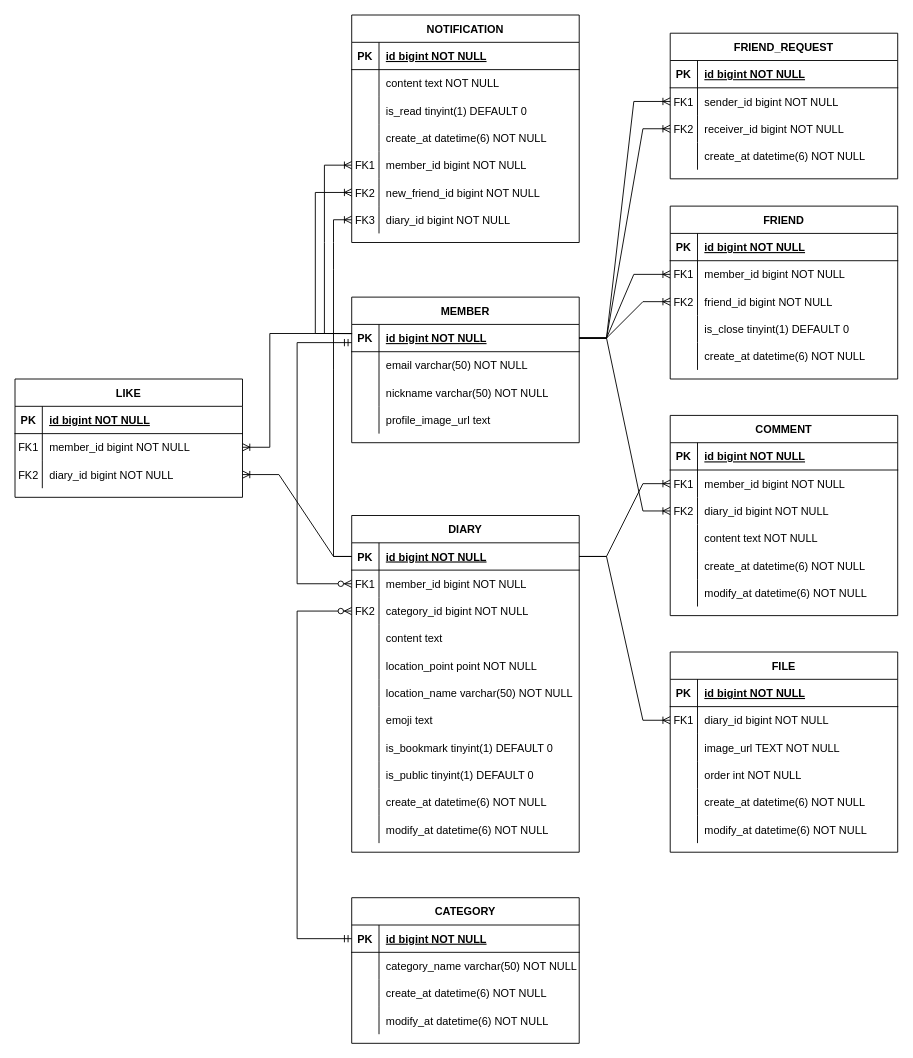
peeerr/document keeps this draw.io diagram as erd.drawio. Above is the earlier version. Source tidied: cells renumbered, new cells numbered last; positions are measured from the earlier drawing's top-left corner, leaving out a move shared by most shapes. Both pictures are drawn from the tidied source at 91%, with x=0, y=0 at pixel (-22, -22).
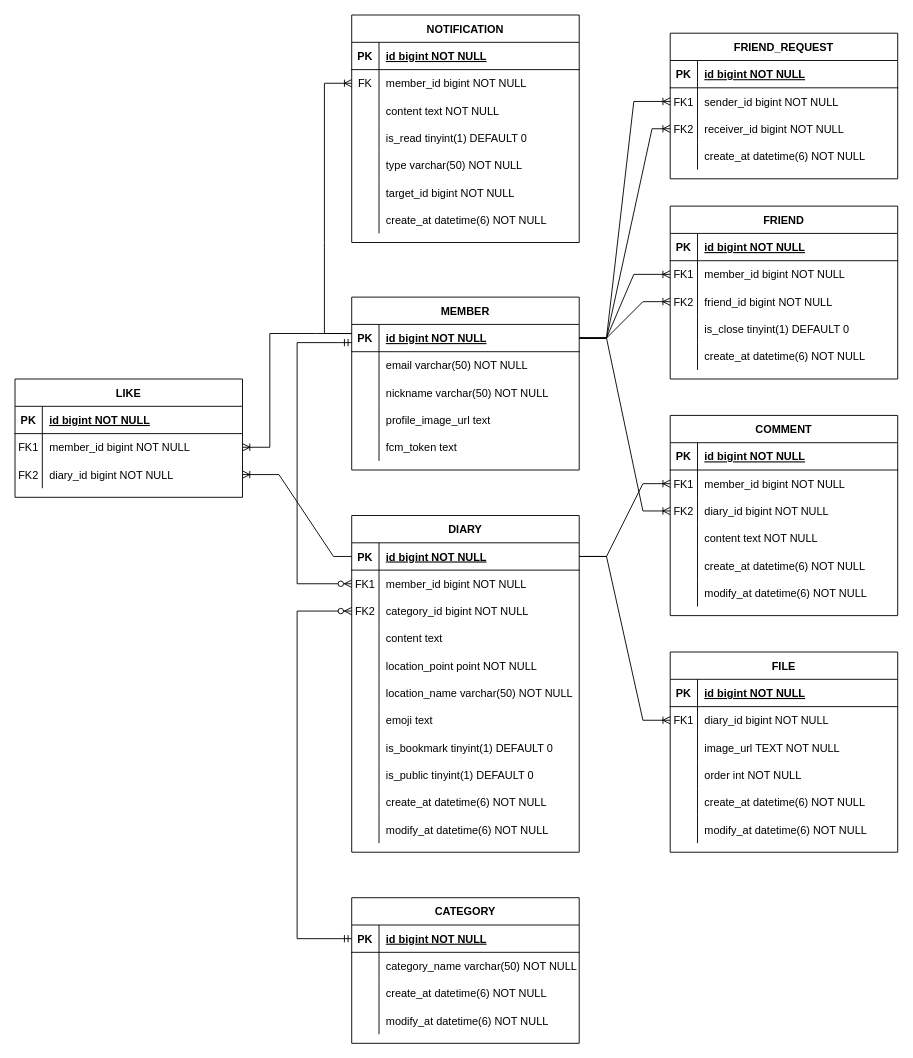
Above is the later version.

Unchanged cells that the change refers to:
```xml
<mxCell id="3" style="shape=partialRectangle;fillColor=none;points=[[0,0.5],[1,0.5]];portConstraint=eastwest;top=0;left=0;right=0;bottom=1;" parent="2" vertex="1">
  <mxGeometry y="30" width="250" height="30" as="geometry" />
</mxCell>
<mxCell id="53" style="shape=partialRectangle;fillColor=none;points=[[0,0.5],[1,0.5]];portConstraint=eastwest;top=0;left=0;right=0;bottom=1;" parent="52" vertex="1">
  <mxGeometry y="30" width="250" height="30" as="geometry" />
</mxCell>
<mxCell id="65" value="NOTIFICATION" style="shape=table;startSize=30;childLayout=tableLayout;rowLines=0;fontStyle=1;align=center;" parent="1" vertex="1">
  <mxGeometry x="410" y="40" width="250" height="250" as="geometry" />
</mxCell>
<mxCell id="69" style="shape=partialRectangle;fillColor=none;points=[[0,0.5],[1,0.5]];portConstraint=eastwest;top=0;left=0;right=0;bottom=0;" parent="65" vertex="1">
  <mxGeometry y="60" width="250" height="30" as="geometry" />
</mxCell>
<mxCell id="171" style="shape=partialRectangle;fillColor=none;points=[[0,0.5],[1,0.5]];portConstraint=eastwest;top=0;left=0;right=0;bottom=0;" parent="164" vertex="1">
  <mxGeometry y="90" width="250" height="30" as="geometry" />
</mxCell>
```

Diff of the diagram source:
```diff
@@
     <mxCell id="52" value="MEMBER" style="shape=table;startSize=30;childLayout=tableLayout;rowLines=0;fontStyle=1;align=center;" parent="1" vertex="1">
-      <mxGeometry x="410" y="350" width="250" height="160" as="geometry" />
+      <mxGeometry x="410" y="350" width="250" height="190" as="geometry" />
     </mxCell>
@@
+    <mxCell id="78" style="shape=partialRectangle;fillColor=none;points=[[0,0.5],[1,0.5]];portConstraint=eastwest;top=0;left=0;right=0;bottom=0;" parent="52" vertex="1">
+      <mxGeometry y="150" width="250" height="30" as="geometry" />
+    </mxCell>
+    <mxCell id="180" style="shape=partialRectangle;overflow=hidden;fillColor=none;top=0;left=0;bottom=0;right=0;" parent="78" vertex="1">
+      <mxGeometry width="30" height="30" as="geometry" />
+    </mxCell>
+    <mxCell id="181" value="fcm_token text" style="shape=partialRectangle;overflow=hidden;fillColor=none;top=0;left=0;bottom=0;right=0;align=left;spacingLeft=6;" parent="78" vertex="1">
+      <mxGeometry x="30" width="220" height="30" as="geometry" />
+    </mxCell>
@@
-    <mxCell id="70" value="&#10;" style="shape=partialRectangle;overflow=hidden;fillColor=none;top=0;left=0;bottom=0;right=0;" parent="69" vertex="1">
+    <mxCell id="70" value="FK" style="shape=partialRectangle;overflow=hidden;fillColor=none;top=0;left=0;bottom=0;right=0;" parent="69" vertex="1">
       <mxGeometry width="30" height="30" as="geometry" />
     </mxCell>
-    <mxCell id="71" value="content text NOT NULL" style="shape=partialRectangle;overflow=hidden;fillColor=none;top=0;left=0;bottom=0;right=0;align=left;spacingLeft=6;" parent="69" vertex="1">
+    <mxCell id="71" value="member_id bigint NOT NULL" style="shape=partialRectangle;overflow=hidden;fillColor=none;top=0;left=0;bottom=0;right=0;align=left;spacingLeft=6;" parent="69" vertex="1">
       <mxGeometry x="30" width="220" height="30" as="geometry" />
     </mxCell>
+    <mxCell id="182" style="shape=partialRectangle;fillColor=none;top=0;left=0;right=0;bottom=0;" parent="65" vertex="1">
+      <mxGeometry y="90" width="250" height="30" as="geometry" />
+    </mxCell>
+    <mxCell id="76" value="&#10;" style="shape=partialRectangle;overflow=hidden;fillColor=none;top=0;left=0;bottom=0;right=0;" parent="182" vertex="1">
+      <mxGeometry width="30" height="30" as="geometry" />
+    </mxCell>
+    <mxCell id="183" value="content text NOT NULL" style="shape=partialRectangle;overflow=hidden;fillColor=none;top=0;left=0;bottom=0;right=0;align=left;spacingLeft=6;" parent="182" vertex="1">
+      <mxGeometry x="30" width="220" height="30" as="geometry" />
+    </mxCell>
     <mxCell id="72" style="shape=partialRectangle;fillColor=none;top=0;left=0;right=0;bottom=0;" parent="65" vertex="1">
-      <mxGeometry y="90" width="250" height="30" as="geometry" />
+      <mxGeometry y="120" width="250" height="30" as="geometry" />
     </mxCell>
@@
-    <mxCell id="75" style="shape=partialRectangle;fillColor=none;top=0;left=0;right=0;bottom=0;" parent="65" vertex="1">
-      <mxGeometry y="120" width="250" height="30" as="geometry" />
-    </mxCell>
-    <mxCell id="76" value="&#10;" style="shape=partialRectangle;overflow=hidden;fillColor=none;top=0;left=0;bottom=0;right=0;" parent="75" vertex="1">
-      <mxGeometry width="30" height="30" as="geometry" />
-    </mxCell>
-    <mxCell id="77" value="create_at datetime(6) NOT NULL" style="shape=partialRectangle;overflow=hidden;fillColor=none;top=0;left=0;bottom=0;right=0;align=left;spacingLeft=6;" parent="75" vertex="1">
-      <mxGeometry x="30" width="220" height="30" as="geometry" />
-    </mxCell>
-    <mxCell id="78" style="shape=partialRectangle;fillColor=none;points=[[0,0.5],[1,0.5]];portConstraint=eastwest;top=0;left=0;right=0;bottom=0;" parent="65" vertex="1">
-      <mxGeometry y="150" width="250" height="30" as="geometry" />
-    </mxCell>
-    <mxCell id="79" value="FK1" style="shape=partialRectangle;overflow=hidden;fillColor=none;top=0;left=0;bottom=0;right=0;" parent="78" vertex="1">
-      <mxGeometry width="30" height="30" as="geometry" />
-    </mxCell>
-    <mxCell id="80" value="member_id bigint NOT NULL" style="shape=partialRectangle;overflow=hidden;fillColor=none;top=0;left=0;bottom=0;right=0;align=left;spacingLeft=6;" parent="78" vertex="1">
-      <mxGeometry x="30" width="220" height="30" as="geometry" />
-    </mxCell>
     <mxCell id="81" style="shape=partialRectangle;fillColor=none;points=[[0,0.5],[1,0.5]];portConstraint=eastwest;top=0;left=0;right=0;bottom=0;" parent="65" vertex="1">
-      <mxGeometry y="180" width="250" height="30" as="geometry" />
+      <mxGeometry y="150" width="250" height="30" as="geometry" />
     </mxCell>
-    <mxCell id="82" value="FK2" style="shape=partialRectangle;overflow=hidden;fillColor=none;top=0;left=0;bottom=0;right=0;" parent="81" vertex="1">
+    <mxCell id="82" style="shape=partialRectangle;overflow=hidden;fillColor=none;top=0;left=0;bottom=0;right=0;" parent="81" vertex="1">
       <mxGeometry width="30" height="30" as="geometry" />
     </mxCell>
-    <mxCell id="83" value="new_friend_id bigint NOT NULL" style="shape=partialRectangle;overflow=hidden;fillColor=none;top=0;left=0;bottom=0;right=0;align=left;spacingLeft=6;" parent="81" vertex="1">
+    <mxCell id="83" value="type varchar(50) NOT NULL" style="shape=partialRectangle;overflow=hidden;fillColor=none;top=0;left=0;bottom=0;right=0;align=left;spacingLeft=6;" parent="81" vertex="1">
       <mxGeometry x="30" width="220" height="30" as="geometry" />
     </mxCell>
     <mxCell id="84" style="shape=partialRectangle;fillColor=none;points=[[0,0.5],[1,0.5]];portConstraint=eastwest;top=0;left=0;right=0;bottom=0;" parent="65" vertex="1">
-      <mxGeometry y="210" width="250" height="30" as="geometry" />
+      <mxGeometry y="180" width="250" height="30" as="geometry" />
     </mxCell>
-    <mxCell id="85" value="FK3" style="shape=partialRectangle;overflow=hidden;fillColor=none;top=0;left=0;bottom=0;right=0;" parent="84" vertex="1">
+    <mxCell id="85" style="shape=partialRectangle;overflow=hidden;fillColor=none;top=0;left=0;bottom=0;right=0;" parent="84" vertex="1">
       <mxGeometry width="30" height="30" as="geometry" />
     </mxCell>
-    <mxCell id="86" value="diary_id bigint NOT NULL" style="shape=partialRectangle;overflow=hidden;fillColor=none;top=0;left=0;bottom=0;right=0;align=left;spacingLeft=6;" parent="84" vertex="1">
+    <mxCell id="86" value="target_id bigint NOT NULL" style="shape=partialRectangle;overflow=hidden;fillColor=none;top=0;left=0;bottom=0;right=0;align=left;spacingLeft=6;" parent="84" vertex="1">
       <mxGeometry x="30" width="220" height="30" as="geometry" />
     </mxCell>
+    <mxCell id="184" style="shape=partialRectangle;fillColor=none;top=0;left=0;right=0;bottom=0;" parent="65" vertex="1">
+      <mxGeometry y="210" width="250" height="30" as="geometry" />
+    </mxCell>
+    <mxCell id="185" style="shape=partialRectangle;overflow=hidden;fillColor=none;top=0;left=0;bottom=0;right=0;" parent="184" vertex="1">
+      <mxGeometry width="30" height="30" as="geometry" />
+    </mxCell>
+    <mxCell id="77" value="create_at datetime(6) NOT NULL" style="shape=partialRectangle;overflow=hidden;fillColor=none;top=0;left=0;bottom=0;right=0;align=left;spacingLeft=6;" parent="184" vertex="1">
+      <mxGeometry x="30" width="220" height="30" as="geometry" />
+    </mxCell>
@@
-    <mxCell id="137" style="fontSize=12;html=1;endArrow=ERoneToMany;rounded=0;entryX=0;entryY=0.5;entryDx=0;entryDy=0;exitX=0;exitY=0.334;exitDx=0;exitDy=0;exitPerimeter=0;" parent="1" edge="1" source="53" target="78">
+    <mxCell id="137" style="fontSize=12;html=1;endArrow=ERoneToMany;rounded=0;entryX=0;entryY=0.5;entryDx=0;entryDy=0;exitX=0;exitY=0.334;exitDx=0;exitDy=0;exitPerimeter=0;" parent="1" edge="1" source="53" target="69">
       <mxGeometry relative="1" as="geometry">
         <Array as="points">
           <mxPoint x="380" y="390" />
           <mxPoint x="380" y="290" />
-          <mxPoint x="380" y="205" />
+          <mxPoint x="380" y="115" />
         </Array>
       </mxGeometry>
     </mxCell>
-    <mxCell id="138" style="fontSize=12;html=1;endArrow=ERoneToMany;rounded=0;entryX=0;entryY=0.5;entryDx=0;entryDy=0;exitX=0.002;exitY=0.337;exitDx=0;exitDy=0;exitPerimeter=0;" parent="1" edge="1" source="53" target="81">
-      <mxGeometry relative="1" as="geometry">
-        <Array as="points">
-          <mxPoint x="380" y="390" />
-          <mxPoint x="370" y="390" />
-          <mxPoint x="370" y="235" />
-          <mxPoint x="380" y="235" />
-        </Array>
-      </mxGeometry>
-    </mxCell>
-    <mxCell id="139" style="fontSize=12;html=1;endArrow=ERoneToMany;rounded=0;entryX=0;entryY=0.5;entryDx=0;entryDy=0;exitX=0;exitY=0.5;exitDx=0;exitDy=0;" parent="1" edge="1" source="3" target="84">
-      <mxGeometry relative="1" as="geometry">
-        <Array as="points">
-          <mxPoint x="390" y="635" />
-          <mxPoint x="390" y="430" />
-          <mxPoint x="390" y="320" />
-          <mxPoint x="390" y="290" />
-          <mxPoint x="390" y="265" />
-        </Array>
-      </mxGeometry>
-    </mxCell>
@@
     <mxCell id="178" style="fontSize=12;html=1;endArrow=ERoneToMany;rounded=0;entryX=0;entryY=0.5;entryDx=0;entryDy=0;exitX=1;exitY=0.5;exitDx=0;exitDy=0;" parent="1" edge="1" source="53" target="171">
       <mxGeometry relative="1" as="geometry">
         <Array as="points">
           <mxPoint x="690" y="395" />
-          <mxPoint x="730" y="165" />
+          <mxPoint x="740" y="165" />
         </Array>
       </mxGeometry>
     </mxCell>
```
